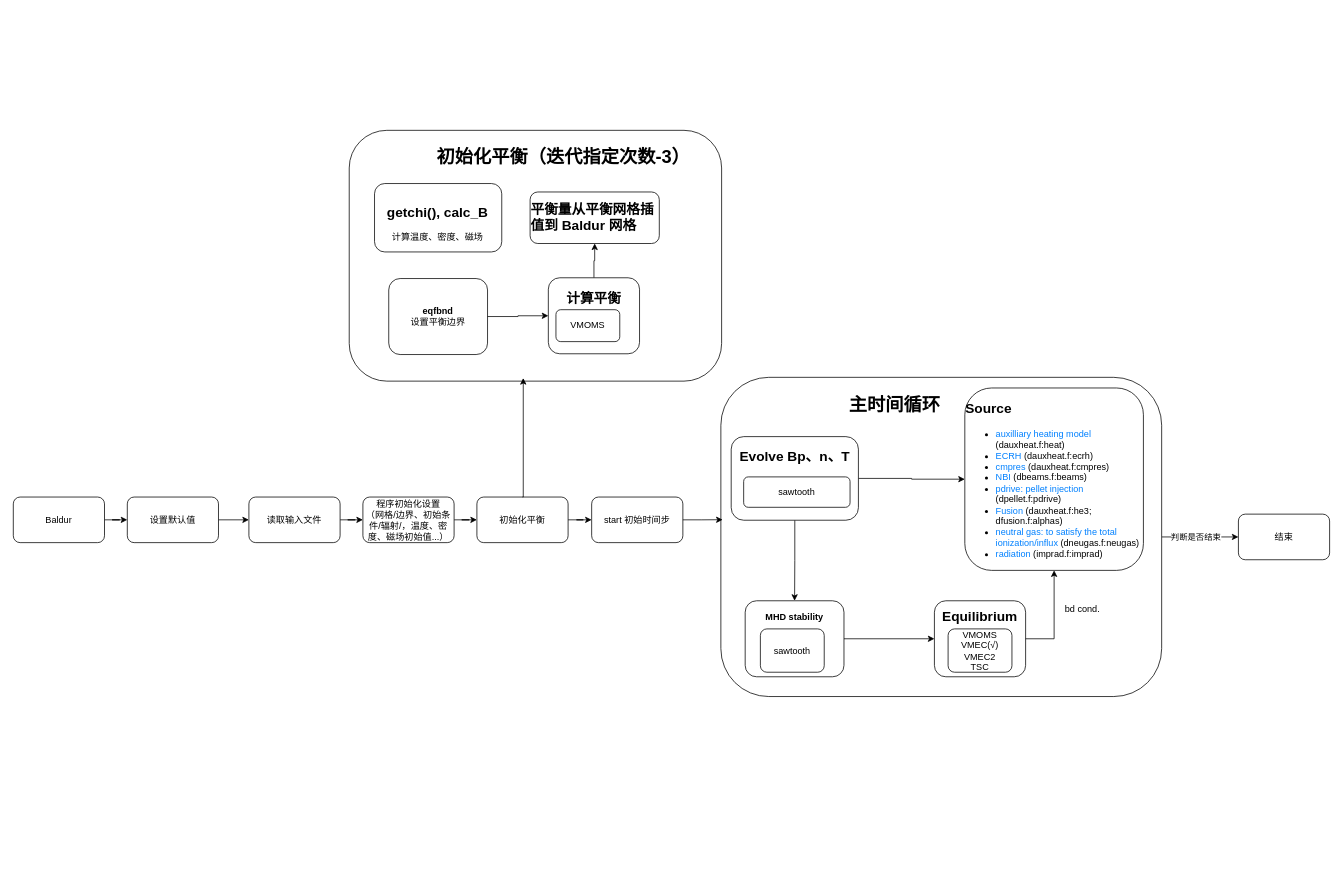
jiaxing-liu/flowchart keeps this draw.io diagram as page "041825" (6 of 7) of Baldur.drawio. Above is the earlier version. Source tidied: cells renumbered, new cells numbered last; positions are measured from the earlier drawing's top-left corner, leaving out a move shared by most shapes. Both pictures are drawn from the tidied source at 76%, with x=0, y=0 at pixel (13, 13).
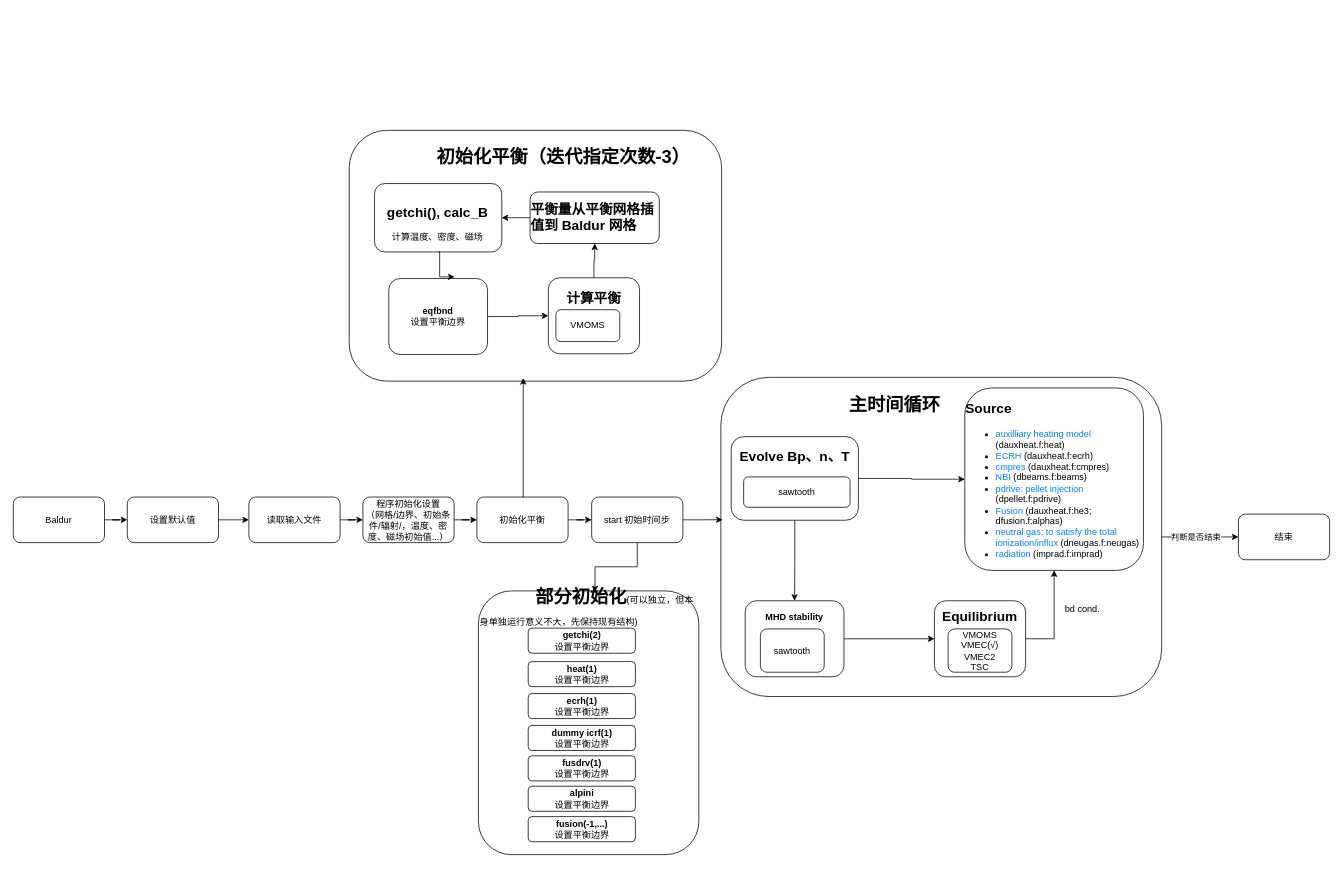
Above is the later version.

Unchanged cells that the change refers to:
```xml
<mxCell id="31" style="group;" parent="1" vertex="1">
  <mxGeometry x="377" width="525" height="450" as="geometry" />
</mxCell>
<mxCell id="32" value="&lt;h2 style=&quot;text-align: left;&quot;&gt;平衡量从平衡网格插值到 Baldur 网格&lt;/h2&gt;" style="rounded=1;whiteSpace=wrap;html=1;" parent="31" vertex="1">
  <mxGeometry x="303" y="235.1" width="170" height="67.8" as="geometry" />
</mxCell>
<mxCell id="35" value="&lt;div&gt;&lt;b&gt;eqfbnd&lt;/b&gt;&lt;/div&gt;设置平衡边界" style="rounded=1;whiteSpace=wrap;html=1;" parent="34" vertex="1">
  <mxGeometry width="130" height="100" as="geometry" />
</mxCell>
<mxCell id="36" value="&lt;h2 style=&quot;text-align: left;&quot;&gt;&lt;b&gt;getchi(), calc_B&lt;/b&gt;&lt;/h2&gt;&lt;div&gt;计算温度、密度、磁场&lt;/div&gt;" style="rounded=1;whiteSpace=wrap;html=1;" parent="31" vertex="1">
  <mxGeometry x="98.3" y="224" width="167.4" height="90" as="geometry" />
</mxCell>
<mxCell id="41" value="start 初始时间步" style="rounded=1;whiteSpace=wrap;html=1;" parent="1" vertex="1">
  <mxGeometry x="761" y="636.5" width="120" height="60" as="geometry" />
</mxCell>
```

Diff of the diagram source:
```diff
@@
+    <mxCell id="45" style="edgeStyle=orthogonalEdgeStyle;rounded=0;jettySize=auto;html=1;exitX=0;exitY=0.5;exitDx=0;exitDy=0;entryX=1;entryY=0.5;entryDx=0;entryDy=0;" parent="31" edge="1" source="32" target="36">
+      <mxGeometry relative="1" as="geometry" />
+    </mxCell>
@@
+    <mxCell id="46" style="edgeStyle=orthogonalEdgeStyle;rounded=0;jettySize=auto;html=1;exitX=0.5;exitY=1;exitDx=0;exitDy=0;entryX=0.666;entryY=-0.022;entryDx=0;entryDy=0;entryPerimeter=0;" parent="31" edge="1" source="36" target="35">
+      <mxGeometry relative="1" as="geometry">
+        <Array as="points">
+          <mxPoint x="184" y="314" />
+          <mxPoint x="184" y="347" />
+        </Array>
+      </mxGeometry>
+    </mxCell>
@@
+    <mxCell id="47" value="&lt;h1&gt;&amp;nbsp;&amp;nbsp;&amp;nbsp;&amp;nbsp;&amp;nbsp;&amp;nbsp;&amp;nbsp;&amp;nbsp;&amp;nbsp;&amp;nbsp; 部分初始化&lt;span style=&quot;font-weight: normal;&quot;&gt;&lt;font style=&quot;font-size: 12px;&quot;&gt;(可以独立，但本身单独运行意义不大，先保持现有结构)&lt;/font&gt;&lt;/span&gt;&lt;/h1&gt;&lt;div&gt;&lt;br&gt;&lt;/div&gt;&lt;br&gt;&lt;div&gt;&lt;br&gt;&lt;/div&gt;&lt;div&gt;&lt;br&gt;&lt;/div&gt;&lt;div&gt;&lt;br&gt;&lt;/div&gt;&lt;div&gt;&lt;br&gt;&lt;/div&gt;&lt;div&gt;&lt;br&gt;&lt;/div&gt;&lt;div&gt;&lt;br&gt;&lt;/div&gt;&lt;div&gt;&lt;br&gt;&lt;/div&gt;&lt;div&gt;&lt;br&gt;&lt;/div&gt;&lt;div&gt;&lt;br&gt;&lt;/div&gt;&lt;div&gt;&lt;br&gt;&lt;/div&gt;&lt;div&gt;&lt;br&gt;&lt;/div&gt;&lt;div&gt;&lt;br&gt;&lt;/div&gt;&lt;div&gt;&lt;br&gt;&lt;/div&gt;&lt;div&gt;&lt;br&gt;&lt;/div&gt;&lt;div&gt;&lt;br&gt;&lt;/div&gt;&lt;div&gt;&lt;br&gt;&lt;/div&gt;&lt;div&gt;&lt;br&gt;&lt;/div&gt;&lt;div&gt;&lt;br&gt;&lt;/div&gt;&lt;div&gt;&lt;br&gt;&lt;/div&gt;" style="rounded=1;whiteSpace=wrap;html=1;align=left;" parent="1" vertex="1">
+      <mxGeometry x="612" y="760" width="290" height="347" as="geometry" />
+    </mxCell>
+    <mxCell id="48" style="group;" parent="1" vertex="1">
+      <mxGeometry x="677.5" y="809" width="141" height="33" as="geometry" />
+    </mxCell>
+    <mxCell id="49" style="group;" parent="48" vertex="1">
+      <mxGeometry width="141" height="33" as="geometry" />
+    </mxCell>
+    <mxCell id="50" value="&lt;div&gt;&lt;b&gt;getchi(2)&lt;/b&gt;&lt;/div&gt;设置平衡边界" style="rounded=1;whiteSpace=wrap;html=1;" parent="49" vertex="1">
+      <mxGeometry width="141" height="33" as="geometry" />
+    </mxCell>
+    <mxCell id="51" style="group;" parent="1" vertex="1">
+      <mxGeometry x="677.5" y="853" width="141" height="33" as="geometry" />
+    </mxCell>
+    <mxCell id="52" style="group;" parent="51" vertex="1">
+      <mxGeometry width="141" height="33" as="geometry" />
+    </mxCell>
+    <mxCell id="53" value="&lt;div&gt;&lt;b&gt;heat(1)&lt;/b&gt;&lt;/div&gt;设置平衡边界" style="rounded=1;whiteSpace=wrap;html=1;" parent="52" vertex="1">
+      <mxGeometry width="141" height="33" as="geometry" />
+    </mxCell>
+    <mxCell id="54" style="group;" parent="1" vertex="1">
+      <mxGeometry x="677.5" y="895" width="141" height="33" as="geometry" />
+    </mxCell>
+    <mxCell id="55" style="group;" parent="54" vertex="1">
+      <mxGeometry width="141" height="33" as="geometry" />
+    </mxCell>
+    <mxCell id="56" value="&lt;div&gt;&lt;b&gt;ecrh(1)&lt;/b&gt;&lt;/div&gt;设置平衡边界" style="rounded=1;whiteSpace=wrap;html=1;" parent="55" vertex="1">
+      <mxGeometry width="141" height="33" as="geometry" />
+    </mxCell>
+    <mxCell id="57" style="group;" parent="1" vertex="1">
+      <mxGeometry x="677.5" y="937" width="141" height="33" as="geometry" />
+    </mxCell>
+    <mxCell id="58" style="group;" parent="57" vertex="1">
+      <mxGeometry width="141" height="33" as="geometry" />
+    </mxCell>
+    <mxCell id="59" value="&lt;div&gt;&lt;b&gt;dummy icrf(1)&lt;/b&gt;&lt;/div&gt;设置平衡边界" style="rounded=1;whiteSpace=wrap;html=1;" parent="58" vertex="1">
+      <mxGeometry width="141" height="33" as="geometry" />
+    </mxCell>
+    <mxCell id="60" style="group;" parent="1" vertex="1">
+      <mxGeometry x="677.5" y="977" width="141" height="33" as="geometry" />
+    </mxCell>
+    <mxCell id="61" style="group;" parent="60" vertex="1">
+      <mxGeometry width="141" height="33" as="geometry" />
+    </mxCell>
+    <mxCell id="62" value="&lt;div&gt;&lt;b&gt;fusdrv(1)&lt;/b&gt;&lt;/div&gt;设置平衡边界" style="rounded=1;whiteSpace=wrap;html=1;" parent="61" vertex="1">
+      <mxGeometry width="141" height="33" as="geometry" />
+    </mxCell>
+    <mxCell id="63" style="group;" parent="1" vertex="1">
+      <mxGeometry x="677.5" y="1057" width="141" height="33" as="geometry" />
+    </mxCell>
+    <mxCell id="64" style="group;" parent="63" vertex="1">
+      <mxGeometry width="141" height="33" as="geometry" />
+    </mxCell>
+    <mxCell id="65" value="&lt;div&gt;&lt;b&gt;fusion(-1,...)&lt;/b&gt;&lt;/div&gt;设置平衡边界" style="rounded=1;whiteSpace=wrap;html=1;" parent="64" vertex="1">
+      <mxGeometry width="141" height="33" as="geometry" />
+    </mxCell>
+    <mxCell id="66" style="group;" parent="1" vertex="1">
+      <mxGeometry x="677.5" y="1017" width="141" height="33" as="geometry" />
+    </mxCell>
+    <mxCell id="67" style="group;" parent="66" vertex="1">
+      <mxGeometry width="141" height="33" as="geometry" />
+    </mxCell>
+    <mxCell id="68" value="&lt;div&gt;&lt;b&gt;alpini&lt;/b&gt;&lt;/div&gt;设置平衡边界" style="rounded=1;whiteSpace=wrap;html=1;" parent="67" vertex="1">
+      <mxGeometry width="141" height="33" as="geometry" />
+    </mxCell>
+    <mxCell id="69" style="edgeStyle=orthogonalEdgeStyle;rounded=0;jettySize=auto;html=1;exitX=0.5;exitY=1;exitDx=0;exitDy=0;entryX=0.529;entryY=0.005;entryDx=0;entryDy=0;entryPerimeter=0;" parent="1" edge="1" source="41" target="47">
+      <mxGeometry relative="1" as="geometry" />
+    </mxCell>
```
